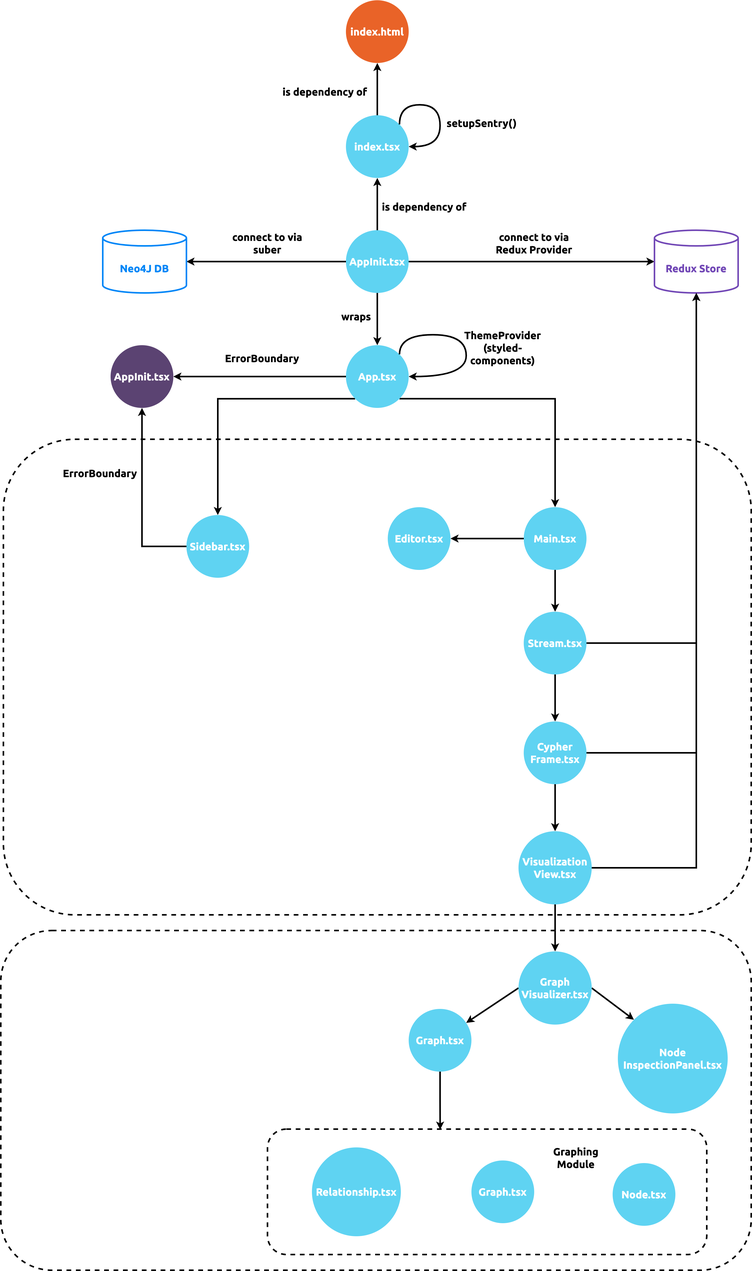
Earlier version of the draw.io export docs/modules/ROOT/images/neo4j-browser.png (neo4j/neo4j-browser). Source tidied: cells renumbered, new cells last; positions are measured from the earlier drawing's top-left corner, leaving out a move shared by most shapes.
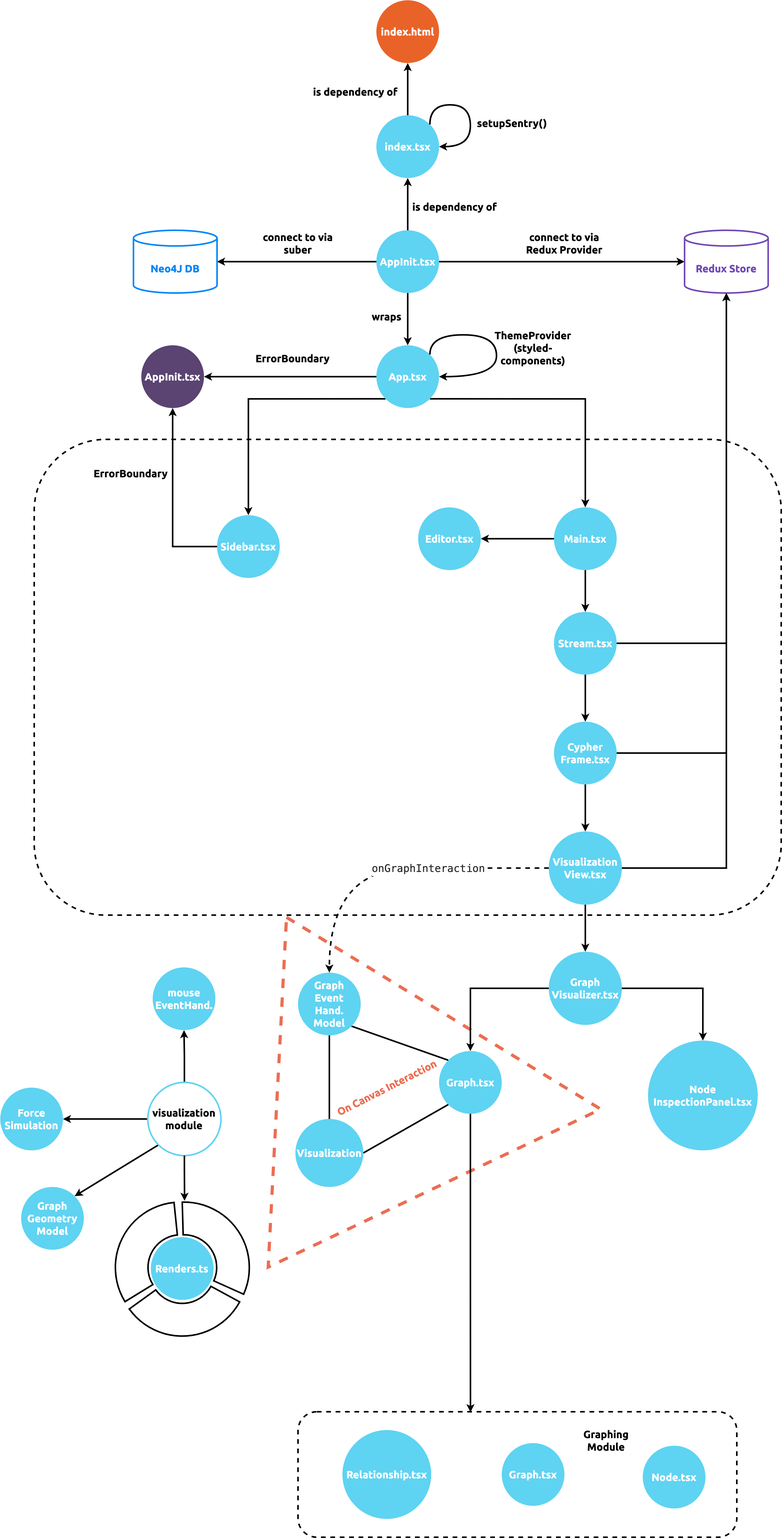
The same diagram one commit later.

Commit message:
Support double-clicking canvas creates new node (#7)

Diff of the diagram source:
```diff
@@ -2,17 +2,17 @@
   <root>
     <mxCell id="0" />
     <mxCell id="1" parent="0" />
+    <mxCell id="56" style="triangle;whiteSpace=wrap;html=1;fillColor=none;dashed=1;strokeWidth=6;strokeColor=#EB6E52;rotation=3;" parent="1" vertex="1">
+      <mxGeometry x="470" y="1770" width="620" height="670" as="geometry" />
+    </mxCell>
     <mxCell id="2" style="rounded=1;whiteSpace=wrap;html=1;fillColor=none;strokeWidth=3;dashed=1;" parent="1" vertex="1">
-      <mxGeometry x="510" y="2160" width="840" height="240" as="geometry" />
+      <mxGeometry x="510" y="2700" width="840" height="240" as="geometry" />
     </mxCell>
-    <mxCell id="3" style="rounded=1;whiteSpace=wrap;html=1;fillColor=none;strokeWidth=3;dashed=1;" parent="1" vertex="1">
-      <mxGeometry y="1780" width="1435" height="650" as="geometry" />
-    </mxCell>
     <mxCell id="4" style="rounded=1;whiteSpace=wrap;html=1;fillColor=none;strokeWidth=3;dashed=1;" parent="1" vertex="1">
       <mxGeometry x="5" y="840" width="1430" height="910" as="geometry" />
     </mxCell>
     <mxCell id="5" value="&lt;font size=&quot;1&quot; face=&quot;Ubuntu&quot;&gt;&lt;b style=&quot;font-size: 20px;&quot;&gt;Graphing Module&lt;/b&gt;&lt;/font&gt;" style="text;html=1;strokeColor=none;fillColor=none;align=center;verticalAlign=middle;whiteSpace=wrap;rounded=0;" parent="1" vertex="1">
-      <mxGeometry x="1070" y="2200" width="60" height="30" as="geometry" />
+      <mxGeometry x="1070" y="2740" width="60" height="30" as="geometry" />
     </mxCell>
     <mxCell id="6" style="edgeStyle=orthogonalEdgeStyle;rounded=0;jettySize=auto;html=1;exitX=0.5;exitY=1;exitDx=0;exitDy=0;strokeWidth=3;startArrow=classic;startFill=1;endArrow=none;endFill=0;" parent="1" edge="1" source="7" target="8">
       <mxGeometry relative="1" as="geometry" />
@@ -146,13 +146,16 @@
     <mxCell id="45" style="edgeStyle=orthogonalEdgeStyle;rounded=0;jettySize=auto;html=1;exitX=0.5;exitY=1;exitDx=0;exitDy=0;entryX=0.5;entryY=0;entryDx=0;entryDy=0;strokeWidth=3;" parent="1" edge="1" source="46" target="49">
       <mxGeometry relative="1" as="geometry" />
     </mxCell>
+    <mxCell id="57" style="edgeStyle=orthogonalEdgeStyle;rounded=0;jettySize=auto;html=1;exitX=0;exitY=0.5;exitDx=0;exitDy=0;dashed=1;strokeWidth=3;curved=1;" parent="1" edge="1" source="75" target="71">
+      <mxGeometry relative="1" as="geometry" />
+    </mxCell>
     <mxCell id="46" value="&lt;font color=&quot;#ffffff&quot; style=&quot;font-size: 20px;&quot; face=&quot;Ubuntu&quot;&gt;&lt;b&gt;Visualization&lt;br&gt;View.tsx&lt;/b&gt;&lt;/font&gt;" style="ellipse;whiteSpace=wrap;html=1;strokeColor=none;fillColor=#5FD3F2;" parent="1" vertex="1">
       <mxGeometry x="990" y="1590" width="140" height="140" as="geometry" />
     </mxCell>
-    <mxCell id="47" style="rounded=0;jettySize=auto;html=1;exitX=0;exitY=0.5;exitDx=0;exitDy=0;strokeWidth=3;" parent="1" edge="1" source="49" target="51">
+    <mxCell id="47" style="rounded=0;jettySize=auto;html=1;exitX=0;exitY=0.5;exitDx=0;exitDy=0;strokeWidth=3;edgeStyle=orthogonalEdgeStyle;" parent="1" edge="1" source="49" target="51">
       <mxGeometry relative="1" as="geometry" />
     </mxCell>
-    <mxCell id="48" style="rounded=0;jettySize=auto;html=1;exitX=1;exitY=0.5;exitDx=0;exitDy=0;entryX=0;entryY=0;entryDx=0;entryDy=0;strokeWidth=3;" parent="1" edge="1" source="49" target="52">
+    <mxCell id="48" style="rounded=0;jettySize=auto;html=1;exitX=1;exitY=0.5;exitDx=0;exitDy=0;entryX=0.5;entryY=0;entryDx=0;entryDy=0;strokeWidth=3;edgeStyle=orthogonalEdgeStyle;" parent="1" edge="1" source="49" target="52">
       <mxGeometry relative="1" as="geometry" />
     </mxCell>
     <mxCell id="49" value="&lt;font color=&quot;#ffffff&quot; style=&quot;font-size: 20px;&quot; face=&quot;Ubuntu&quot;&gt;&lt;b&gt;Graph&lt;br&gt;Visualizer.tsx&lt;/b&gt;&lt;/font&gt;" style="ellipse;whiteSpace=wrap;html=1;strokeColor=none;fillColor=#5FD3F2;" parent="1" vertex="1">
@@ -161,20 +164,83 @@
     <mxCell id="50" style="edgeStyle=orthogonalEdgeStyle;rounded=0;jettySize=auto;html=1;exitX=0.5;exitY=1;exitDx=0;exitDy=0;entryX=0.393;entryY=0.004;entryDx=0;entryDy=0;entryPerimeter=0;strokeWidth=3;" parent="1" edge="1" source="51" target="2">
       <mxGeometry relative="1" as="geometry" />
     </mxCell>
-    <mxCell id="51" value="&lt;font color=&quot;#ffffff&quot; style=&quot;font-size: 20px;&quot; face=&quot;Ubuntu&quot;&gt;&lt;b&gt;Graph.tsx&lt;/b&gt;&lt;/font&gt;" style="ellipse;whiteSpace=wrap;html=1;strokeColor=none;fillColor=#5FD3F2;" parent="1" vertex="1">
-      <mxGeometry x="780" y="1930" width="120" height="120" as="geometry" />
+    <mxCell id="51" value="&lt;b style=&quot;border-color: var(--border-color); color: rgb(255, 255, 255); font-family: Ubuntu; font-size: 20px;&quot;&gt;Graph.tsx&lt;/b&gt;" style="ellipse;whiteSpace=wrap;html=1;strokeColor=none;fillColor=#5FD3F2;" parent="1" vertex="1">
+      <mxGeometry x="780" y="2010" width="120" height="120" as="geometry" />
     </mxCell>
     <mxCell id="52" value="&lt;font color=&quot;#ffffff&quot; style=&quot;font-size: 20px;&quot; face=&quot;Ubuntu&quot;&gt;&lt;b&gt;Node&lt;br&gt;InspectionPanel.tsx&lt;/b&gt;&lt;/font&gt;" style="ellipse;whiteSpace=wrap;html=1;strokeColor=none;fillColor=#5FD3F2;" parent="1" vertex="1">
-      <mxGeometry x="1180" y="1920" width="210" height="210" as="geometry" />
+      <mxGeometry x="1180" y="1990" width="210" height="210" as="geometry" />
     </mxCell>
     <mxCell id="53" value="&lt;font color=&quot;#ffffff&quot; style=&quot;font-size: 20px;&quot; face=&quot;Ubuntu&quot;&gt;&lt;b&gt;Relationship.tsx&lt;/b&gt;&lt;/font&gt;" style="ellipse;whiteSpace=wrap;html=1;strokeColor=none;fillColor=#5FD3F2;" parent="1" vertex="1">
-      <mxGeometry x="595" y="2195" width="170" height="170" as="geometry" />
+      <mxGeometry x="595" y="2735" width="170" height="170" as="geometry" />
     </mxCell>
     <mxCell id="54" value="&lt;font color=&quot;#ffffff&quot; style=&quot;font-size: 20px;&quot; face=&quot;Ubuntu&quot;&gt;&lt;b&gt;Graph.tsx&lt;/b&gt;&lt;/font&gt;" style="ellipse;whiteSpace=wrap;html=1;strokeColor=none;fillColor=#5FD3F2;" parent="1" vertex="1">
-      <mxGeometry x="900" y="2220" width="120" height="120" as="geometry" />
+      <mxGeometry x="900" y="2760" width="120" height="120" as="geometry" />
     </mxCell>
     <mxCell id="55" value="&lt;font color=&quot;#ffffff&quot; style=&quot;font-size: 20px;&quot; face=&quot;Ubuntu&quot;&gt;&lt;b&gt;Node.tsx&lt;/b&gt;&lt;/font&gt;" style="ellipse;whiteSpace=wrap;html=1;strokeColor=none;fillColor=#5FD3F2;" parent="1" vertex="1">
-      <mxGeometry x="1170" y="2225" width="120" height="120" as="geometry" />
+      <mxGeometry x="1170" y="2765" width="120" height="120" as="geometry" />
     </mxCell>
+    <mxCell id="58" style="rounded=0;jettySize=auto;html=1;strokeWidth=3;" parent="1" edge="1" source="61" target="66">
+      <mxGeometry relative="1" as="geometry" />
+    </mxCell>
+    <mxCell id="59" style="rounded=0;jettySize=auto;html=1;exitX=0;exitY=1;exitDx=0;exitDy=0;entryX=1;entryY=0;entryDx=0;entryDy=0;strokeWidth=3;" parent="1" edge="1" source="61" target="67">
+      <mxGeometry relative="1" as="geometry" />
+    </mxCell>
+    <mxCell id="60" style="edgeStyle=orthogonalEdgeStyle;rounded=0;jettySize=auto;html=1;exitX=0.5;exitY=0;exitDx=0;exitDy=0;entryX=0.5;entryY=1;entryDx=0;entryDy=0;strokeWidth=3;" parent="1" edge="1" source="61" target="68">
+      <mxGeometry relative="1" as="geometry" />
+    </mxCell>
+    <mxCell id="61" value="&lt;font face=&quot;Ubuntu&quot;&gt;&lt;span style=&quot;font-size: 20px;&quot;&gt;&lt;b style=&quot;&quot;&gt;visualization module&lt;/b&gt;&lt;/span&gt;&lt;/font&gt;" style="ellipse;whiteSpace=wrap;html=1;strokeColor=#5FD3F2;fillColor=none;gradientColor=none;strokeWidth=3;" parent="1" vertex="1">
+      <mxGeometry x="222.4" y="2070" width="140" height="140" as="geometry" />
+    </mxCell>
+    <mxCell id="62" style="verticalLabelPosition=bottom;verticalAlign=top;html=1;shape=mxgraph.basic.donut;dx=0;strokeColor=none;fillColor=#10739E;fontSize=10;align=center;fillOpacity=20;strokeWidth=4;" parent="1" vertex="1">
+      <mxGeometry x="600" y="2030" width="100" height="100" as="geometry" />
+    </mxCell>
+    <mxCell id="63" style="verticalLabelPosition=bottom;verticalAlign=top;html=1;shape=mxgraph.basic.partConcEllipse;startAngle=0.30120819117478337;endAngle=0.6226935680937278;arcWidth=0.5;rotation=10;strokeWidth=3;" parent="1" vertex="1">
+      <mxGeometry x="163.3" y="2305.3" width="250" height="250" as="geometry" />
+    </mxCell>
+    <mxCell id="64" style="verticalLabelPosition=bottom;verticalAlign=top;html=1;shape=mxgraph.basic.partConcEllipse;startAngle=0.30120819117478337;endAngle=0.6226935680937278;arcWidth=0.5;rotation=-110;strokeWidth=3;" parent="1" vertex="1">
+      <mxGeometry x="166.8" y="2299" width="250" height="250" as="geometry" />
+    </mxCell>
+    <mxCell id="65" style="edgeStyle=orthogonalEdgeStyle;rounded=0;jettySize=auto;html=1;exitX=0.5;exitY=1;exitDx=0;exitDy=0;entryX=0.978;entryY=0.678;entryDx=0;entryDy=0;entryPerimeter=0;strokeWidth=3;" parent="1" edge="1" source="61" target="64">
+      <mxGeometry relative="1" as="geometry" />
+    </mxCell>
+    <mxCell id="66" value="&lt;b style=&quot;border-color: var(--border-color); color: rgb(255, 255, 255); font-family: Ubuntu; font-size: 20px;&quot;&gt;Force&lt;br&gt;Simulation&lt;br&gt;&lt;/b&gt;" style="ellipse;whiteSpace=wrap;html=1;strokeColor=none;fillColor=#5FD3F2;" parent="1" vertex="1">
+      <mxGeometry x="-60" y="2080" width="120" height="120" as="geometry" />
+    </mxCell>
+    <mxCell id="67" value="&lt;b style=&quot;border-color: var(--border-color); color: rgb(255, 255, 255); font-family: Ubuntu; font-size: 20px;&quot;&gt;Graph&lt;br&gt;Geometry&lt;br&gt;Model&lt;br&gt;&lt;/b&gt;" style="ellipse;whiteSpace=wrap;html=1;strokeColor=none;fillColor=#5FD3F2;" parent="1" vertex="1">
+      <mxGeometry x="-20" y="2270" width="120" height="120" as="geometry" />
+    </mxCell>
+    <mxCell id="68" value="&lt;b style=&quot;border-color: var(--border-color); color: rgb(255, 255, 255); font-family: Ubuntu; font-size: 20px;&quot;&gt;mouse&lt;br&gt;EventHand.&lt;br&gt;&lt;/b&gt;" style="ellipse;whiteSpace=wrap;html=1;strokeColor=none;fillColor=#5FD3F2;" parent="1" vertex="1">
+      <mxGeometry x="231.8" y="1850" width="120" height="120" as="geometry" />
+    </mxCell>
+    <mxCell id="69" style="rounded=0;jettySize=auto;html=1;exitX=1;exitY=1;exitDx=0;exitDy=0;entryX=0;entryY=0;entryDx=0;entryDy=0;endArrow=none;endFill=0;strokeWidth=3;" parent="1" edge="1" source="71" target="51">
+      <mxGeometry relative="1" as="geometry" />
+    </mxCell>
+    <mxCell id="70" style="edgeStyle=orthogonalEdgeStyle;rounded=0;jettySize=auto;html=1;exitX=0.5;exitY=1;exitDx=0;exitDy=0;endArrow=none;endFill=0;strokeWidth=3;" parent="1" edge="1" source="71" target="73">
+      <mxGeometry relative="1" as="geometry" />
+    </mxCell>
+    <mxCell id="71" value="&lt;b style=&quot;border-color: var(--border-color); color: rgb(255, 255, 255); font-family: Ubuntu; font-size: 20px;&quot;&gt;Graph&lt;br&gt;Event&lt;br&gt;Hand.&lt;br&gt;Model&lt;br&gt;&lt;/b&gt;" style="ellipse;whiteSpace=wrap;html=1;strokeColor=none;fillColor=#5FD3F2;" parent="1" vertex="1">
+      <mxGeometry x="510" y="1860" width="120" height="120" as="geometry" />
+    </mxCell>
+    <mxCell id="72" style="rounded=0;jettySize=auto;html=1;exitX=1;exitY=0.5;exitDx=0;exitDy=0;entryX=0;entryY=1;entryDx=0;entryDy=0;strokeWidth=3;endArrow=none;endFill=0;" parent="1" edge="1" source="73" target="51">
+      <mxGeometry relative="1" as="geometry" />
+    </mxCell>
+    <mxCell id="73" value="&lt;b style=&quot;border-color: var(--border-color); color: rgb(255, 255, 255); font-family: Ubuntu; font-size: 20px;&quot;&gt;Visualization&lt;br&gt;&lt;/b&gt;" style="ellipse;whiteSpace=wrap;html=1;strokeColor=none;fillColor=#5FD3F2;" parent="1" vertex="1">
+      <mxGeometry x="505" y="2140" width="130" height="130" as="geometry" />
+    </mxCell>
+    <mxCell id="74" style="edgeStyle=orthogonalEdgeStyle;rounded=0;jettySize=auto;html=1;exitX=0;exitY=0.5;exitDx=0;exitDy=0;dashed=1;strokeWidth=3;curved=1;" parent="1" edge="1" source="46" target="75">
+      <mxGeometry relative="1" as="geometry" />
+    </mxCell>
+    <mxCell id="75" value="&lt;div style=&quot;color: rgb(41, 41, 41); background-color: rgb(255, 255, 255); font-family: Menlo, Monaco, Ubuntu, monospace, Menlo, Monaco, &amp;quot;Courier New&amp;quot;, monospace; font-size: 20px; line-height: 30px;&quot;&gt;onGraphInteraction&lt;/div&gt;" style="text;html=1;strokeColor=none;fillColor=none;align=center;verticalAlign=middle;whiteSpace=wrap;rounded=0;" parent="1" vertex="1">
+      <mxGeometry x="730" y="1645" width="60" height="30" as="geometry" />
+    </mxCell>
+    <mxCell id="76" value="&lt;font face=&quot;Ubuntu&quot; color=&quot;#ffffff&quot;&gt;&lt;span style=&quot;font-size: 20px;&quot;&gt;&lt;b&gt;Renders.ts&lt;br&gt;&lt;/b&gt;&lt;/span&gt;&lt;/font&gt;" style="ellipse;whiteSpace=wrap;html=1;strokeColor=none;fillColor=#5FD3F2;" parent="1" vertex="1">
+      <mxGeometry x="228.3" y="2366" width="120" height="120" as="geometry" />
+    </mxCell>
+    <mxCell id="77" style="verticalLabelPosition=bottom;verticalAlign=top;html=1;shape=mxgraph.basic.partConcEllipse;startAngle=0.30120819117478337;endAngle=0.6226935680937278;arcWidth=0.5;rotation=130;strokeWidth=3;" parent="1" vertex="1">
+      <mxGeometry x="160.3" y="2299" width="250" height="250" as="geometry" />
+    </mxCell>
+    <mxCell id="78" value="&lt;font size=&quot;1&quot; face=&quot;Ubuntu&quot; color=&quot;#eb6e52&quot;&gt;&lt;b style=&quot;font-size: 20px;&quot;&gt;On Canvas Interaction&lt;/b&gt;&lt;/font&gt;" style="text;html=1;strokeColor=none;fillColor=none;align=center;verticalAlign=middle;whiteSpace=wrap;rounded=0;rotation=333;" parent="1" vertex="1">
+      <mxGeometry x="560" y="2065" width="240" height="30" as="geometry" />
+    </mxCell>
   </root>
 </mxGraphModel>
```
